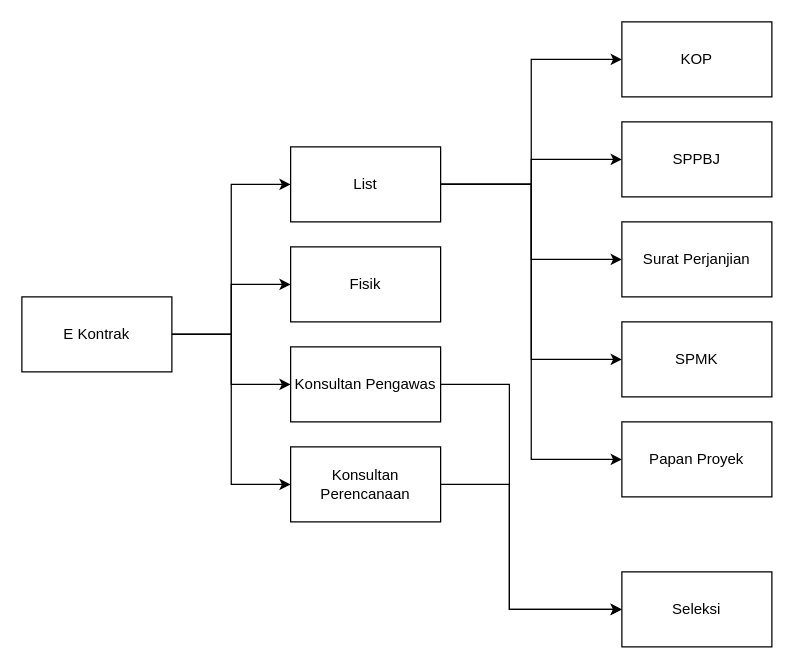
The draw.io diagram planning dashboard.drawio in diyanknd/dekontrak, before the edit. Source tidied: cells renumbered, new cells numbered last; positions are measured from the earlier drawing's top-left corner, leaving out a move shared by most shapes. Both pictures are drawn from the tidied source at 125%, with x=0, y=0 at pixel (21, 21).
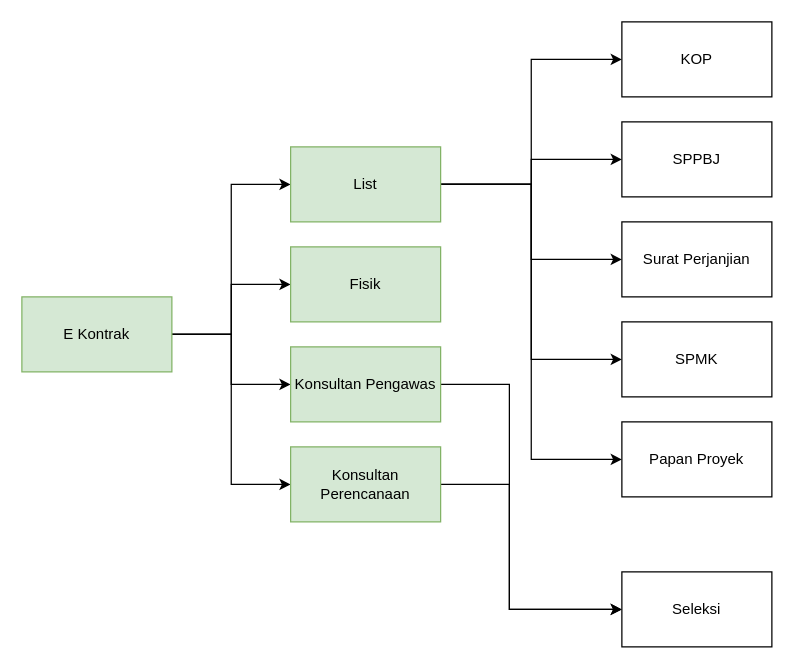
The same page after the edit.

What changed in the source:
```diff
@@
-    <mxCell id="6" value="E Kontrak" style="rounded=0;whiteSpace=wrap;html=1;" parent="1" vertex="1">
+    <mxCell id="6" value="E Kontrak" style="rounded=0;whiteSpace=wrap;html=1;fillColor=#d5e8d4;strokeColor=#82b366;" parent="1" vertex="1">
       <mxGeometry y="220" width="120" height="60" as="geometry" />
     </mxCell>
@@
-    <mxCell id="12" value="List" style="rounded=0;whiteSpace=wrap;html=1;" parent="1" vertex="1">
+    <mxCell id="12" value="List" style="rounded=0;whiteSpace=wrap;html=1;fillColor=#d5e8d4;strokeColor=#82b366;" parent="1" vertex="1">
       <mxGeometry x="215" y="100" width="120" height="60" as="geometry" />
     </mxCell>
@@
-    <mxCell id="18" value="Fisik" style="rounded=0;whiteSpace=wrap;html=1;" parent="1" vertex="1">
+    <mxCell id="18" value="Fisik" style="rounded=0;whiteSpace=wrap;html=1;fillColor=#d5e8d4;strokeColor=#82b366;" parent="1" vertex="1">
       <mxGeometry x="215" y="180" width="120" height="60" as="geometry" />
     </mxCell>
@@
-    <mxCell id="20" value="Konsultan Pengawas" style="rounded=0;whiteSpace=wrap;html=1;" parent="1" vertex="1">
+    <mxCell id="20" value="Konsultan Pengawas" style="rounded=0;whiteSpace=wrap;html=1;fillColor=#d5e8d4;strokeColor=#82b366;" parent="1" vertex="1">
       <mxGeometry x="215" y="260" width="120" height="60" as="geometry" />
     </mxCell>
@@
-    <mxCell id="22" value="Konsultan Perencanaan" style="rounded=0;whiteSpace=wrap;html=1;" parent="1" vertex="1">
+    <mxCell id="22" value="Konsultan Perencanaan" style="rounded=0;whiteSpace=wrap;html=1;fillColor=#d5e8d4;strokeColor=#82b366;" parent="1" vertex="1">
       <mxGeometry x="215" y="340" width="120" height="60" as="geometry" />
     </mxCell>
```
